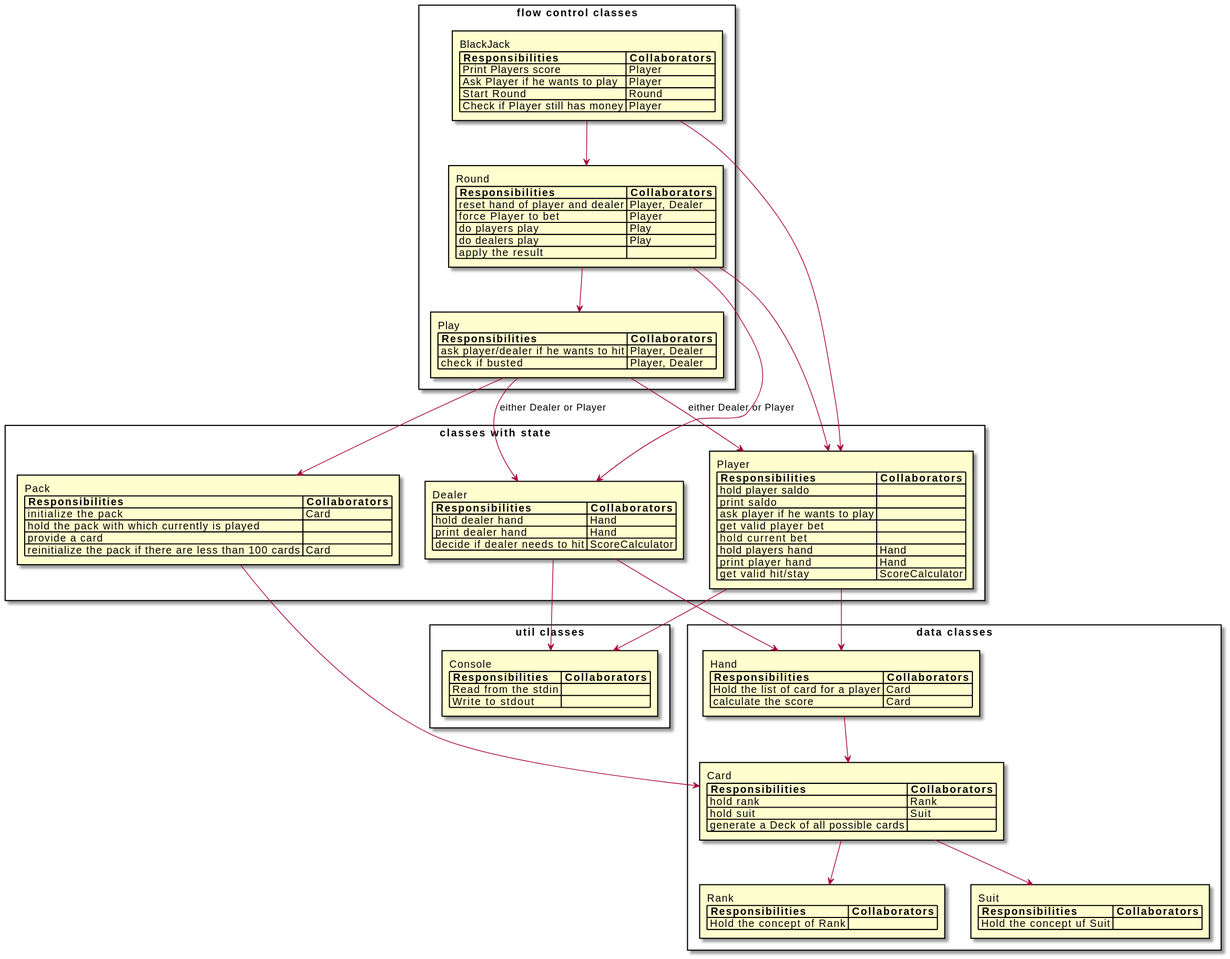
Above: assignment-4/crc.svg in soco21/soco21 (PlantUML), before the change.
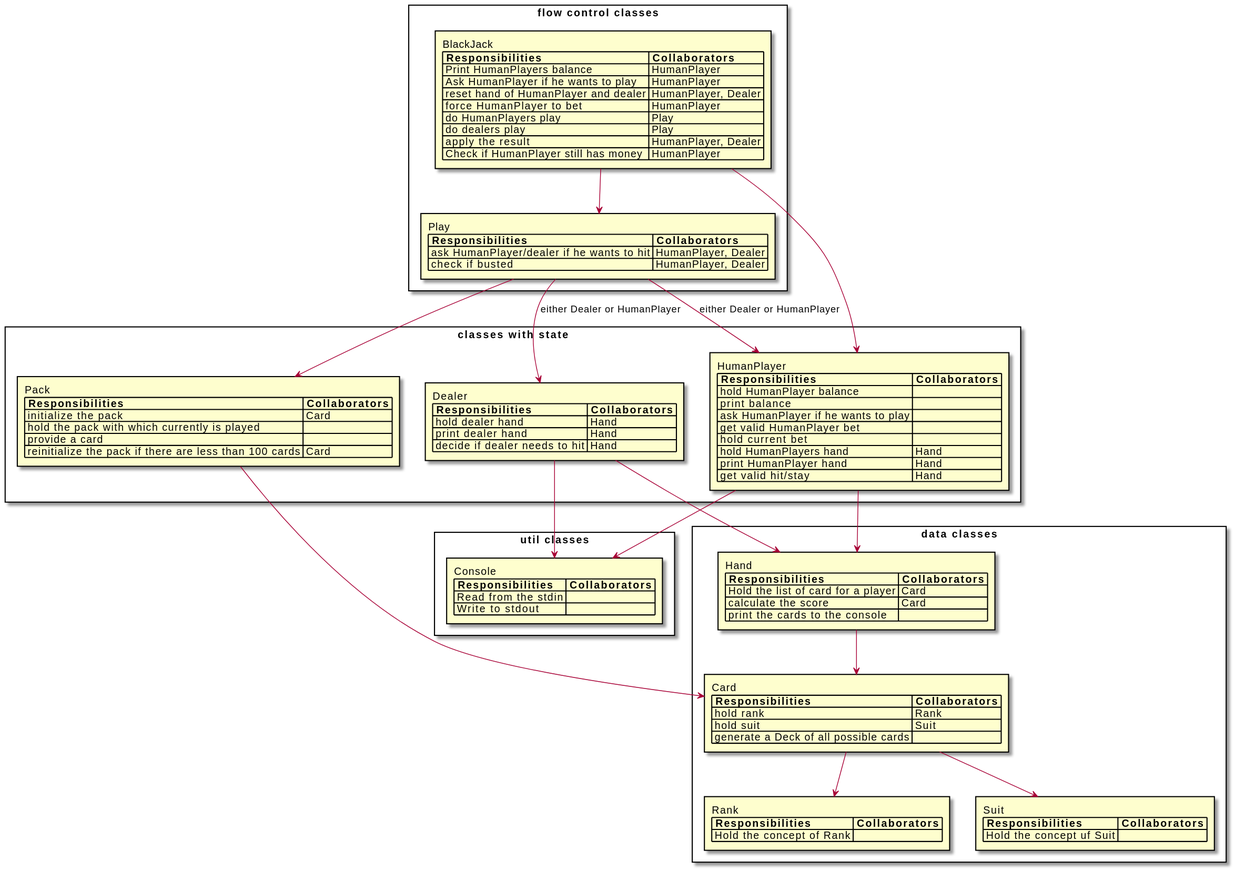
After the change.

Diff of the diagram source:
```diff
@@ -3,31 +3,24 @@
     rectangle BlackJack [
         BlackJack
         |= Responsibilities |= Collaborators |
-        | Print Players score | Player |
-        | Ask Player if he wants to play | Player |
-        | Start Round | Round |
-        | Check if Player still has money | Player |
-    ]
-
-    rectangle Round [
-        Round
-        |= Responsibilities |= Collaborators |
-        | reset hand of player and dealer | Player, Dealer|
-        | force Player to bet | Player |
-        | do players play | Play |
+        | Print HumanPlayers balance | HumanPlayer |
+        | Ask HumanPlayer if he wants to play | HumanPlayer |
+        | reset hand of HumanPlayer and dealer | HumanPlayer, Dealer|
+        | force HumanPlayer to bet | HumanPlayer |
+        | do HumanPlayers play | Play |
         | do dealers play | Play |
-        | apply the result | |
+        | apply the result | HumanPlayer, Dealer |
+        | Check if HumanPlayer still has money | HumanPlayer |
     ]
 
     rectangle Play [
         Play
         |= Responsibilities |= Collaborators |
-        | ask player/dealer if he wants to hit | Player, Dealer |
-        | check if busted | Player, Dealer |
+        | ask HumanPlayer/dealer if he wants to hit | HumanPlayer, Dealer |
+        | check if busted | HumanPlayer, Dealer |
     ]
 
-    BlackJack --> Round
-    Round --> Play
+    BlackJack --> Play
 }
 
 rectangle "classes with state" {
@@ -36,20 +29,20 @@
         |= Responsibilities |= Collaborators |
         | hold dealer hand | Hand |
         | print dealer hand | Hand |
-        | decide if dealer needs to hit | ScoreCalculator |
+        | decide if dealer needs to hit | Hand |
     ]
 
-    rectangle Player [
-        Player
+    rectangle HumanPlayer [
+        HumanPlayer
         |= Responsibilities |= Collaborators |
-        | hold player saldo | |
-        | print saldo | |
-        | ask player if he wants to play | |
-        | get valid player bet | |
+        | hold HumanPlayer balance | |
+        | print balance | |
+        | ask HumanPlayer if he wants to play | |
+        | get valid HumanPlayer bet | |
         | hold current bet | |
-        | hold players hand | Hand |
-        | print player hand | Hand |
-        | get valid hit/stay | ScoreCalculator |
+        | hold HumanPlayers hand | Hand |
+        | print HumanPlayer hand | Hand |
+        | get valid hit/stay | Hand |
     ]
 
     rectangle Pack [
@@ -79,6 +72,7 @@
         |= Responsibilities |= Collaborators |
         | Hold the list of card for a player | Card |
         | calculate the score | Card |
+        | print the cards to the console | |
     ]
 
     rectangle Card [
@@ -106,20 +100,17 @@
     Card --> Suit
 }
 
-BlackJack --> Player
+BlackJack --> HumanPlayer
 
-Round --> Player
-Round --> Dealer
-
-Play --> Dealer : either Dealer or Player
-Play --> Player : either Dealer or Player
+Play --> Dealer : either Dealer or HumanPlayer
+Play --> HumanPlayer : either Dealer or HumanPlayer
 Play --> Pack
 
-Player --> Hand
+HumanPlayer --> Hand
 Dealer --> Hand
 
 Pack -> Card
 
-Player --> Console
+HumanPlayer --> Console
 Dealer --> Console
 @enduml
```
